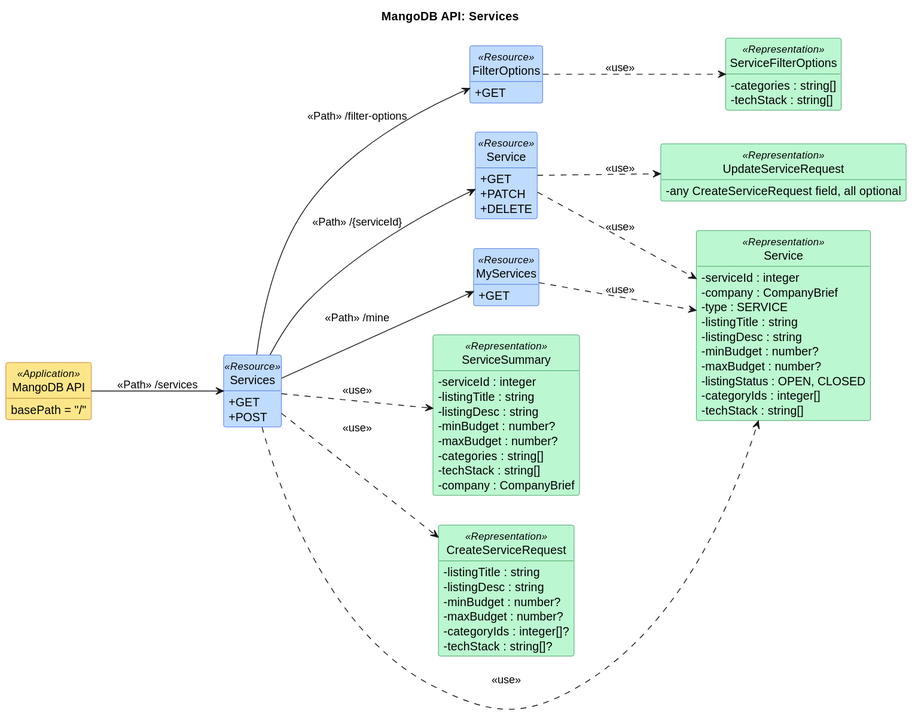
Earlier version of the PlantUML export docs/api/uml/services.svg (taofuuu/MangoDB).
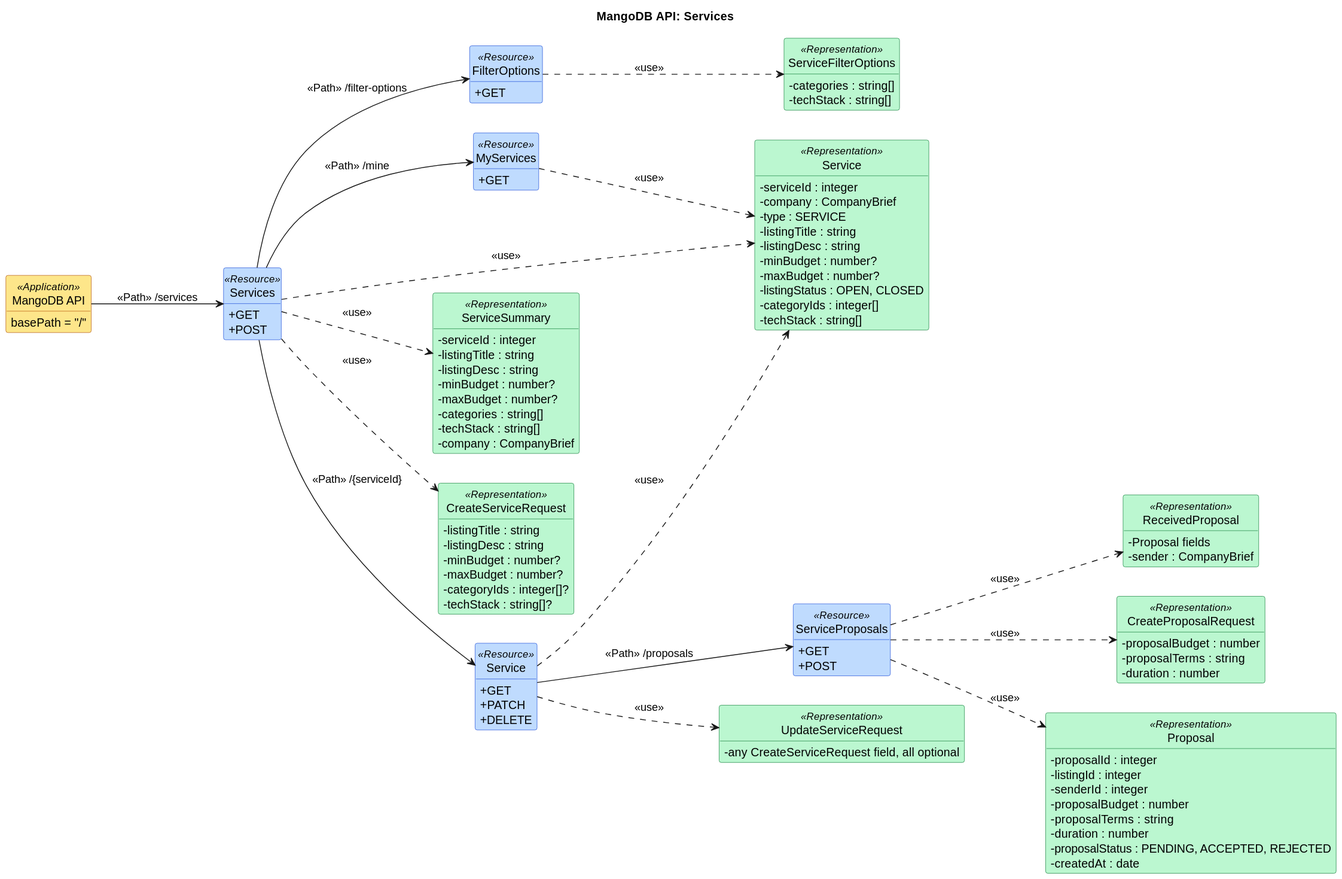
Later version of the same file.

The edit, as a diff of the source:
```diff
@@ -30,6 +30,10 @@
   + GET
   + PATCH
   + DELETE
+}
+class "ServiceProposals" as ServiceProposals <<Resource>> {
+  + GET
+  + POST
 }
 class "ServiceSummary" as ServiceSummaryRep <<Representation>> {
   -serviceId : integer
@@ -68,6 +72,25 @@
 class "UpdateServiceRequest" as UpdateServiceRequestRep <<Representation>> {
   -any CreateServiceRequest field, all optional
 }
+class "ReceivedProposal" as ReceivedProposalRep <<Representation>> {
+  -Proposal fields
+  -sender : CompanyBrief
+}
+class "CreateProposalRequest" as CreateProposalRequestRep <<Representation>> {
+  -proposalBudget : number
+  -proposalTerms : string
+  -duration : number
+}
+class "Proposal" as ProposalRep <<Representation>> {
+  -proposalId : integer
+  -listingId : integer
+  -senderId : integer
+  -proposalBudget : number
+  -proposalTerms : string
+  -duration : number
+  -proposalStatus : PENDING, ACCEPTED, REJECTED
+  -createdAt : date
+}
 
 API --> Services : <<Path>> /services
 Services ..> ServiceSummaryRep : <<use>>
@@ -80,4 +103,8 @@
 Services --> ServiceR : <<Path>> /{serviceId}
 ServiceR ..> ServiceRep : <<use>>
 ServiceR ..> UpdateServiceRequestRep : <<use>>
+ServiceR --> ServiceProposals : <<Path>> /proposals
+ServiceProposals ..> ReceivedProposalRep : <<use>>
+ServiceProposals ..> CreateProposalRequestRep : <<use>>
+ServiceProposals ..> ProposalRep : <<use>>
 @enduml
```
